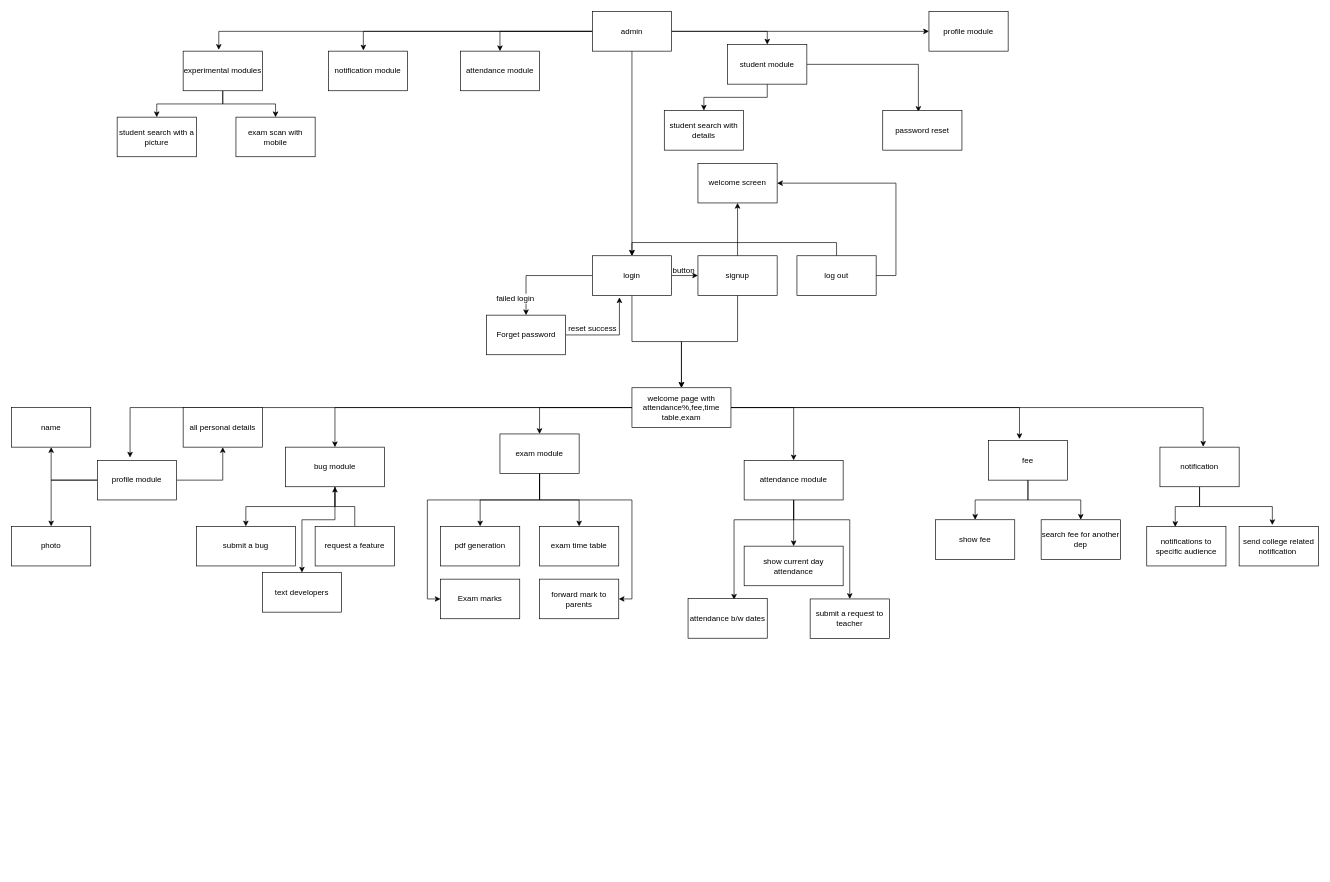
This is portal.drawio from venkatesh1662/student-portal-app, a draw.io file, before an edit. Source tidied: cells renumbered, new cells numbered last; positions are measured from the earlier drawing's top-left corner, leaving out a move shared by most shapes. Both pictures are drawn from the tidied source at 66%, with x=0, y=0 at pixel (11, 11).
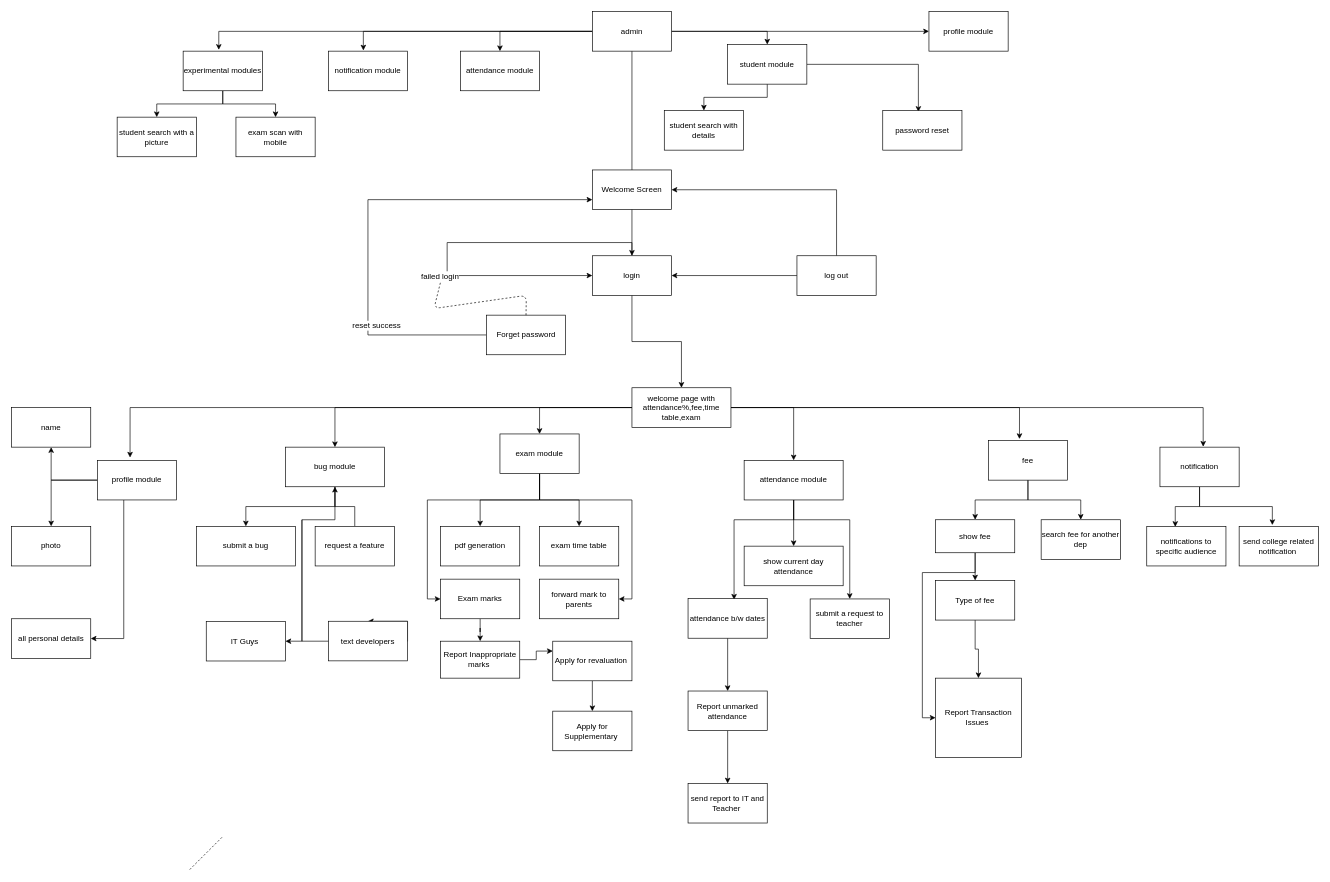
After the change.

Unchanged cells that the change refers to:
```xml
<mxCell id="6" value="login" style="rounded=0;whiteSpace=wrap;html=1;" parent="1" vertex="1">
  <mxGeometry x="880" y="370" width="120" height="60" as="geometry" />
</mxCell>
<mxCell id="9" value="Forget password" style="rounded=0;whiteSpace=wrap;html=1;" parent="1" vertex="1">
  <mxGeometry x="719.5" y="460" width="120" height="60" as="geometry" />
</mxCell>
<mxCell id="20" value="&lt;div&gt;welcome page with attendance%,fee,time table,exam&lt;br&gt;&lt;/div&gt;" style="rounded=0;whiteSpace=wrap;html=1;" parent="1" vertex="1">
  <mxGeometry x="940" y="570" width="150" height="60" as="geometry" />
</mxCell>
<mxCell id="28" value="&lt;div&gt;bug module&lt;br&gt;&lt;/div&gt;" style="rounded=0;whiteSpace=wrap;html=1;" parent="1" vertex="1">
  <mxGeometry x="415" y="660" width="150" height="60" as="geometry" />
</mxCell>
<mxCell id="32" value="log out" style="rounded=0;whiteSpace=wrap;html=1;" parent="1" vertex="1">
  <mxGeometry x="1190" y="370" width="120" height="60" as="geometry" />
</mxCell>
<mxCell id="48" value="Exam marks" style="rounded=0;whiteSpace=wrap;html=1;" parent="1" vertex="1">
  <mxGeometry x="650" y="860" width="120" height="60" as="geometry" />
</mxCell>
<mxCell id="50" value="attendance b/w dates" style="rounded=0;whiteSpace=wrap;html=1;" parent="1" vertex="1">
  <mxGeometry x="1025" y="889.5" width="120" height="60" as="geometry" />
</mxCell>
<mxCell id="61" value="profile module" style="rounded=0;whiteSpace=wrap;html=1;" parent="1" vertex="1">
  <mxGeometry x="130" y="680" width="120" height="60" as="geometry" />
</mxCell>
```

Diff of the diagram source:
```diff
@@
-    <mxCell id="2" style="edgeStyle=orthogonalEdgeStyle;rounded=0;jettySize=auto;html=1;" parent="1" edge="1" source="6" target="9">
-      <mxGeometry relative="1" as="geometry" />
+    <mxCell id="2" style="edgeStyle=orthogonalEdgeStyle;rounded=0;orthogonalLoop=1;jettySize=auto;html=1;entryX=0;entryY=0.5;entryDx=0;entryDy=0;" parent="1" edge="1" source="6" target="6">
+      <mxGeometry relative="1" as="geometry">
+        <Array as="points">
+          <mxPoint x="940" y="350" />
+          <mxPoint x="660" y="350" />
+          <mxPoint x="660" y="400" />
+        </Array>
+      </mxGeometry>
     </mxCell>
@@
-    <mxCell id="4" style="edgeStyle=orthogonalEdgeStyle;rounded=0;jettySize=auto;html=1;entryX=0;entryY=0.5;entryDx=0;entryDy=0;" parent="1" edge="1" source="6" target="12">
-      <mxGeometry x="0.34" y="10" relative="1" as="geometry" />
-    </mxCell>
@@
-    <mxCell id="7" style="edgeStyle=orthogonalEdgeStyle;rounded=0;jettySize=auto;html=1;entryX=0.342;entryY=1.05;entryDx=0;entryDy=0;entryPerimeter=0;" parent="1" edge="1" source="9" target="6">
-      <mxGeometry relative="1" as="geometry" />
+    <mxCell id="7" style="edgeStyle=orthogonalEdgeStyle;rounded=0;jettySize=auto;html=1;entryX=0;entryY=0.75;entryDx=0;entryDy=0;" parent="1" edge="1" source="9" target="103">
+      <mxGeometry relative="1" as="geometry">
+        <Array as="points">
+          <mxPoint x="540" y="490" />
+          <mxPoint x="540" y="285" />
+        </Array>
+      </mxGeometry>
     </mxCell>
@@
-    <mxCell id="10" style="edgeStyle=orthogonalEdgeStyle;rounded=0;jettySize=auto;html=1;" parent="1" edge="1" source="12" target="13">
-      <mxGeometry relative="1" as="geometry" />
-    </mxCell>
-    <mxCell id="11" style="edgeStyle=orthogonalEdgeStyle;rounded=0;jettySize=auto;html=1;entryX=0.5;entryY=0;entryDx=0;entryDy=0;" parent="1" edge="1" source="12" target="20">
-      <mxGeometry relative="1" as="geometry" />
-    </mxCell>
-    <mxCell id="12" value="signup" style="rounded=0;whiteSpace=wrap;html=1;" parent="1" vertex="1">
-      <mxGeometry x="1040" y="370" width="120" height="60" as="geometry" />
-    </mxCell>
-    <mxCell id="13" value="welcome screen" style="rounded=0;whiteSpace=wrap;html=1;" parent="1" vertex="1">
-      <mxGeometry x="1040" y="230" width="120" height="60" as="geometry" />
-    </mxCell>
@@
     <mxCell id="27" style="edgeStyle=orthogonalEdgeStyle;rounded=0;jettySize=auto;html=1;entryX=0.5;entryY=0;entryDx=0;entryDy=0;" parent="1" edge="1" source="28" target="57">
       <mxGeometry relative="1" as="geometry">
         <Array as="points">
           <mxPoint x="490" y="770" />
           <mxPoint x="440" y="770" />
+          <mxPoint x="440" y="954" />
+          <mxPoint x="600" y="954" />
         </Array>
       </mxGeometry>
     </mxCell>
+    <mxCell id="85" style="edgeStyle=orthogonalEdgeStyle;rounded=0;jettySize=auto;html=1;" parent="1" edge="1" target="95">
+      <mxGeometry relative="1" as="geometry">
+        <mxPoint x="440" y="770" as="sourcePoint" />
+        <Array as="points">
+          <mxPoint x="440" y="954" />
+        </Array>
+      </mxGeometry>
+    </mxCell>
@@
-    <mxCell id="30" style="edgeStyle=orthogonalEdgeStyle;rounded=0;jettySize=auto;html=1;exitX=0.5;exitY=0;exitDx=0;exitDy=0;entryX=0.5;entryY=0;entryDx=0;entryDy=0;" parent="1" edge="1" source="32" target="6">
+    <mxCell id="30" style="edgeStyle=orthogonalEdgeStyle;rounded=0;jettySize=auto;html=1;entryX=1;entryY=0.5;entryDx=0;entryDy=0;" parent="1" edge="1" source="32" target="6">
       <mxGeometry relative="1" as="geometry" />
     </mxCell>
-    <mxCell id="31" style="edgeStyle=orthogonalEdgeStyle;rounded=0;jettySize=auto;html=1;entryX=1;entryY=0.5;entryDx=0;entryDy=0;" parent="1" edge="1" source="32" target="13">
-      <mxGeometry relative="1" as="geometry">
-        <Array as="points">
-          <mxPoint x="1340" y="400" />
-          <mxPoint x="1340" y="260" />
-        </Array>
-      </mxGeometry>
-    </mxCell>
+    <mxCell id="86" style="edgeStyle=orthogonalEdgeStyle;rounded=0;jettySize=auto;html=1;entryX=1;entryY=0.5;entryDx=0;entryDy=0;" parent="1" edge="1" source="32" target="103">
+      <mxGeometry relative="1" as="geometry">
+        <Array as="points">
+          <mxPoint x="1250" y="270" />
+        </Array>
+      </mxGeometry>
+    </mxCell>
@@
-    <mxCell id="33" value="button" style="text;html=1;align=left;verticalAlign=top;spacingTop=-4;" parent="1" vertex="1">
-      <mxGeometry x="1000" y="383" width="50" height="20" as="geometry" />
-    </mxCell>
@@
+    <mxCell id="87" style="edgeStyle=orthogonalEdgeStyle;rounded=0;jettySize=auto;html=1;" parent="1" edge="1" source="43" target="102">
+      <mxGeometry relative="1" as="geometry" />
+    </mxCell>
+    <mxCell id="88" style="edgeStyle=orthogonalEdgeStyle;rounded=0;jettySize=auto;html=1;entryX=0.5;entryY=1;entryDx=0;entryDy=0;" parent="1" edge="1" source="43" target="89">
+      <mxGeometry relative="1" as="geometry">
+        <Array as="points">
+          <mxPoint x="1460" y="850" />
+          <mxPoint x="1380" y="850" />
+          <mxPoint x="1380" y="1070" />
+        </Array>
+      </mxGeometry>
+    </mxCell>
     <mxCell id="43" value="show fee" style="rounded=0;whiteSpace=wrap;html=1;" parent="1" vertex="1">
-      <mxGeometry x="1400" y="770" width="120" height="60" as="geometry" />
+      <mxGeometry x="1400" y="770" width="120" height="50" as="geometry" />
     </mxCell>
+    <mxCell id="89" value="Report Transaction Issues&amp;nbsp;" style="rounded=0;whiteSpace=wrap;html=1;direction=south;" parent="1" vertex="1">
+      <mxGeometry x="1400" y="1010" width="130" height="120" as="geometry" />
+    </mxCell>
@@
+    <mxCell id="90" style="edgeStyle=orthogonalEdgeStyle;rounded=0;jettySize=auto;html=1;entryX=0.5;entryY=0;entryDx=0;entryDy=0;" parent="1" edge="1" source="48" target="97">
+      <mxGeometry relative="1" as="geometry" />
+    </mxCell>
@@
+    <mxCell id="91" style="edgeStyle=orthogonalEdgeStyle;rounded=0;jettySize=auto;html=1;" parent="1" edge="1" source="50" target="93">
+      <mxGeometry relative="1" as="geometry" />
+    </mxCell>
@@
+    <mxCell id="92" style="edgeStyle=orthogonalEdgeStyle;rounded=0;jettySize=auto;html=1;" parent="1" edge="1" source="93" target="94">
+      <mxGeometry relative="1" as="geometry" />
+    </mxCell>
+    <mxCell id="93" value="Report unmarked attendance" style="rounded=0;whiteSpace=wrap;html=1;" parent="1" vertex="1">
+      <mxGeometry x="1025" y="1029.5" width="120" height="60" as="geometry" />
+    </mxCell>
+    <mxCell id="94" value="send report to IT and Teacher&amp;nbsp;" style="rounded=0;whiteSpace=wrap;html=1;" parent="1" vertex="1">
+      <mxGeometry x="1025" y="1169.5" width="120" height="60" as="geometry" />
+    </mxCell>
@@
     <mxCell id="57" value="text developers" style="rounded=0;whiteSpace=wrap;html=1;" parent="1" vertex="1">
-      <mxGeometry x="380" y="850" width="120" height="60" as="geometry" />
+      <mxGeometry x="480" y="923.8" width="120" height="60" as="geometry" />
     </mxCell>
@@
     <mxCell id="60" style="edgeStyle=orthogonalEdgeStyle;rounded=0;jettySize=auto;html=1;" parent="1" edge="1" source="61" target="62">
-      <mxGeometry relative="1" as="geometry" />
+      <mxGeometry relative="1" as="geometry">
+        <Array as="points">
+          <mxPoint x="170" y="950" />
+        </Array>
+      </mxGeometry>
     </mxCell>
@@
     <mxCell id="62" value="all personal details" style="rounded=0;whiteSpace=wrap;html=1;" parent="1" vertex="1">
-      <mxGeometry x="260" y="600" width="120" height="60" as="geometry" />
+      <mxGeometry y="920" width="120" height="60" as="geometry" />
     </mxCell>
@@
+    <mxCell id="95" value="IT Guys&amp;nbsp;" style="rounded=0;whiteSpace=wrap;html=1;" parent="1" vertex="1">
+      <mxGeometry x="295" y="924" width="120" height="60" as="geometry" />
+    </mxCell>
+    <mxCell id="96" style="edgeStyle=orthogonalEdgeStyle;rounded=0;jettySize=auto;html=1;entryX=0;entryY=0.25;entryDx=0;entryDy=0;" parent="1" edge="1" source="97" target="99">
+      <mxGeometry relative="1" as="geometry" />
+    </mxCell>
+    <mxCell id="97" value="Report Inappropriate marks&amp;nbsp;" style="rounded=0;whiteSpace=wrap;html=1;" parent="1" vertex="1">
+      <mxGeometry x="650" y="954" width="120" height="56" as="geometry" />
+    </mxCell>
+    <mxCell id="98" style="edgeStyle=orthogonalEdgeStyle;rounded=0;jettySize=auto;html=1;" parent="1" edge="1" source="99" target="100">
+      <mxGeometry relative="1" as="geometry" />
+    </mxCell>
+    <mxCell id="99" value="Apply for revaluation&amp;nbsp;&lt;br&gt;" style="rounded=0;whiteSpace=wrap;html=1;" parent="1" vertex="1">
+      <mxGeometry x="820" y="954" width="120" height="60" as="geometry" />
+    </mxCell>
+    <mxCell id="100" value="Apply for Supplementary&amp;nbsp;" style="rounded=0;whiteSpace=wrap;html=1;" parent="1" vertex="1">
+      <mxGeometry x="820" y="1060" width="120" height="60" as="geometry" />
+    </mxCell>
+    <mxCell id="101" style="edgeStyle=orthogonalEdgeStyle;rounded=0;jettySize=auto;html=1;" parent="1" edge="1" source="102" target="89">
+      <mxGeometry relative="1" as="geometry" />
+    </mxCell>
+    <mxCell id="102" value="Type of fee" style="rounded=0;whiteSpace=wrap;html=1;" parent="1" vertex="1">
+      <mxGeometry x="1400" y="862" width="120" height="60" as="geometry" />
+    </mxCell>
+    <mxCell id="103" value="Welcome Screen" style="rounded=0;whiteSpace=wrap;html=1;" parent="1" vertex="1">
+      <mxGeometry x="880" y="240" width="120" height="60" as="geometry" />
+    </mxCell>
+    <mxCell id="104" style="endArrow=none;dashed=1;html=1;" parent="1" edge="1">
+      <mxGeometry relative="1" as="geometry">
+        <mxPoint x="270" y="1300" as="sourcePoint" />
+        <mxPoint x="320" y="1250" as="targetPoint" />
+      </mxGeometry>
+    </mxCell>
+    <mxCell id="105" style="endArrow=none;dashed=1;html=1;exitX=0.5;exitY=0;exitDx=0;exitDy=0;" parent="1" edge="1" source="9">
+      <mxGeometry relative="1" as="geometry">
+        <mxPoint x="650" y="410" as="targetPoint" />
+        <Array as="points">
+          <mxPoint x="780" y="430" />
+          <mxPoint x="640" y="450" />
+        </Array>
+      </mxGeometry>
+    </mxCell>
```
